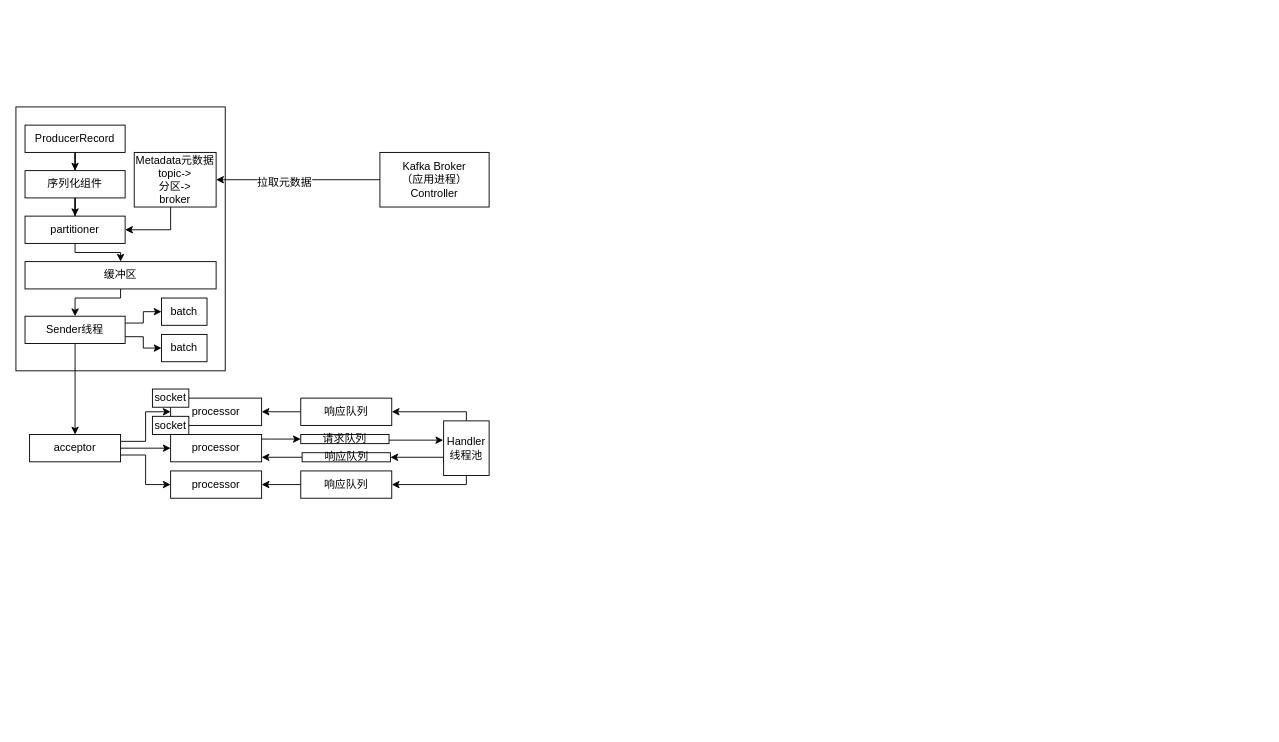
Earlier version of the draw.io diagram Kafka/01_Kafka原理.drawio (chenshuai1995/a-imgs). Source tidied: cells renumbered, new cells numbered last; positions are measured from the earlier drawing's top-left corner, leaving out a move shared by most shapes. Both pictures are drawn from the tidied source at 91%, with x=0, y=0 at pixel (15, 106).
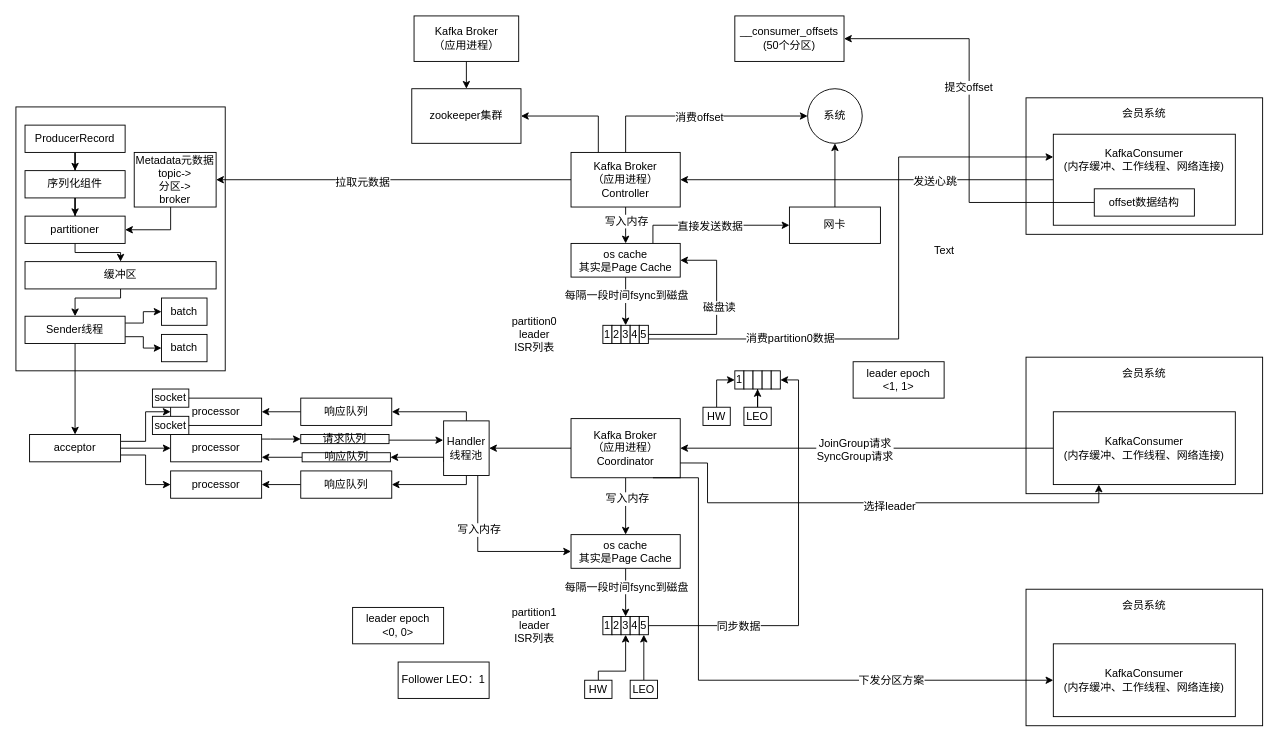
The same diagram, later.

Unchanged cells that the change refers to:
```xml
<mxCell id="37" value="Handler线程池" style="rounded=0;whiteSpace=wrap;html=1;" parent="1" vertex="1">
  <mxGeometry x="470" y="345" width="50" height="60" as="geometry" />
</mxCell>
```

The edit, as a diff of the source:
```diff
@@
+    <mxCell id="44" style="edgeStyle=orthogonalEdgeStyle;rounded=0;jettySize=auto;html=1;entryX=0.5;entryY=0;entryDx=0;entryDy=0;" parent="1" edge="1" source="21" target="73">
+      <mxGeometry relative="1" as="geometry" />
+    </mxCell>
+    <mxCell id="45" value="写入内存" style="text;html=1;align=center;verticalAlign=middle;labelBackgroundColor=#ffffff;" parent="44" vertex="1">
+      <mxGeometry x="-0.24" relative="1" as="geometry" />
+    </mxCell>
+    <mxCell id="46" style="edgeStyle=orthogonalEdgeStyle;rounded=0;jettySize=auto;html=1;exitX=0.25;exitY=0;exitDx=0;exitDy=0;entryX=1;entryY=0.5;entryDx=0;entryDy=0;" parent="1" edge="1" source="21" target="85">
+      <mxGeometry relative="1" as="geometry" />
+    </mxCell>
+    <mxCell id="47" style="edgeStyle=orthogonalEdgeStyle;rounded=0;jettySize=auto;html=1;entryX=0;entryY=0.5;entryDx=0;entryDy=0;" parent="1" edge="1" source="21" target="90">
+      <mxGeometry relative="1" as="geometry">
+        <Array as="points">
+          <mxPoint x="670" y="10" />
+        </Array>
+      </mxGeometry>
+    </mxCell>
+    <mxCell id="48" value="消费offset" style="text;html=1;align=center;verticalAlign=middle;labelBackgroundColor=#ffffff;" parent="47" vertex="1">
+      <mxGeometry y="-1" relative="1" as="geometry" />
+    </mxCell>
     <mxCell id="21" value="Kafka Broker&lt;br&gt;（应用进程）&lt;br&gt;Controller" style="rounded=0;whiteSpace=wrap;html=1;" parent="1" vertex="1">
-      <mxGeometry x="400" y="50" width="120" height="60" as="geometry" />
+      <mxGeometry x="610" y="50" width="120" height="60" as="geometry" />
     </mxCell>
@@
+    <mxCell id="49" style="edgeStyle=orthogonalEdgeStyle;rounded=0;jettySize=auto;html=1;exitX=0.75;exitY=1;exitDx=0;exitDy=0;entryX=0;entryY=0.5;entryDx=0;entryDy=0;" parent="1" edge="1" source="37" target="57">
+      <mxGeometry relative="1" as="geometry" />
+    </mxCell>
+    <mxCell id="50" value="写入内存" style="text;html=1;align=center;verticalAlign=middle;labelBackgroundColor=#ffffff;" parent="49" vertex="1">
+      <mxGeometry x="-0.37" y="1" relative="1" as="geometry" />
+    </mxCell>
@@
+    <mxCell id="51" style="edgeStyle=orthogonalEdgeStyle;rounded=0;jettySize=auto;html=1;entryX=1;entryY=0.5;entryDx=0;entryDy=0;" parent="1" edge="1" source="54" target="37">
+      <mxGeometry relative="1" as="geometry" />
+    </mxCell>
+    <mxCell id="52" style="edgeStyle=orthogonalEdgeStyle;rounded=0;jettySize=auto;html=1;entryX=0.5;entryY=0;entryDx=0;entryDy=0;" parent="1" edge="1" source="54" target="57">
+      <mxGeometry relative="1" as="geometry" />
+    </mxCell>
+    <mxCell id="53" value="写入内存" style="text;html=1;align=center;verticalAlign=middle;labelBackgroundColor=#ffffff;" parent="52" vertex="1">
+      <mxGeometry x="-0.25" y="1" relative="1" as="geometry" />
+    </mxCell>
+    <mxCell id="54" value="Kafka Broker&lt;br&gt;（应用进程）&lt;br&gt;Coordinator" style="rounded=0;whiteSpace=wrap;html=1;" parent="1" vertex="1">
+      <mxGeometry x="610" y="342.5" width="120" height="65" as="geometry" />
+    </mxCell>
+    <mxCell id="55" style="edgeStyle=orthogonalEdgeStyle;rounded=0;jettySize=auto;html=1;entryX=0.5;entryY=0;entryDx=0;entryDy=0;" parent="1" edge="1" source="57" target="60">
+      <mxGeometry relative="1" as="geometry" />
+    </mxCell>
+    <mxCell id="56" value="每隔一段时间fsync到磁盘" style="text;html=1;align=center;verticalAlign=middle;labelBackgroundColor=#ffffff;" parent="55" vertex="1">
+      <mxGeometry x="-0.23" relative="1" as="geometry" />
+    </mxCell>
+    <mxCell id="57" value="os cache&lt;br&gt;其实是Page Cache" style="rounded=0;whiteSpace=wrap;html=1;" parent="1" vertex="1">
+      <mxGeometry x="610" y="470" width="120" height="37" as="geometry" />
+    </mxCell>
+    <mxCell id="58" value="1" style="rounded=0;whiteSpace=wrap;html=1;" parent="1" vertex="1">
+      <mxGeometry x="645" y="560" width="10" height="20" as="geometry" />
+    </mxCell>
+    <mxCell id="59" value="2" style="rounded=0;whiteSpace=wrap;html=1;" parent="1" vertex="1">
+      <mxGeometry x="655" y="560" width="10" height="20" as="geometry" />
+    </mxCell>
+    <mxCell id="60" value="3" style="rounded=0;whiteSpace=wrap;html=1;" parent="1" vertex="1">
+      <mxGeometry x="665" y="560" width="10" height="20" as="geometry" />
+    </mxCell>
+    <mxCell id="61" value="4" style="rounded=0;whiteSpace=wrap;html=1;" parent="1" vertex="1">
+      <mxGeometry x="675" y="560" width="10" height="20" as="geometry" />
+    </mxCell>
+    <mxCell id="62" style="edgeStyle=orthogonalEdgeStyle;rounded=0;jettySize=auto;html=1;exitX=1;exitY=0.75;exitDx=0;exitDy=0;entryX=1;entryY=0.5;entryDx=0;entryDy=0;" parent="1" edge="1" source="64" target="116">
+      <mxGeometry relative="1" as="geometry">
+        <Array as="points">
+          <mxPoint x="695" y="570" />
+          <mxPoint x="860" y="570" />
+          <mxPoint x="860" y="300" />
+        </Array>
+      </mxGeometry>
+    </mxCell>
+    <mxCell id="63" value="同步数据" style="text;html=1;align=center;verticalAlign=middle;labelBackgroundColor=#ffffff;" parent="62" vertex="1">
+      <mxGeometry x="-0.55" relative="1" as="geometry" />
+    </mxCell>
+    <mxCell id="64" value="5" style="rounded=0;whiteSpace=wrap;html=1;" parent="1" vertex="1">
+      <mxGeometry x="685" y="560" width="10" height="20" as="geometry" />
+    </mxCell>
+    <mxCell id="65" style="edgeStyle=orthogonalEdgeStyle;rounded=0;jettySize=auto;html=1;entryX=0.5;entryY=1;entryDx=0;entryDy=0;" parent="1" edge="1" source="66" target="60">
+      <mxGeometry relative="1" as="geometry">
+        <Array as="points">
+          <mxPoint x="640" y="620" />
+          <mxPoint x="670" y="620" />
+        </Array>
+      </mxGeometry>
+    </mxCell>
+    <mxCell id="66" value="HW" style="rounded=0;whiteSpace=wrap;html=1;" parent="1" vertex="1">
+      <mxGeometry x="625" y="630" width="30" height="20" as="geometry" />
+    </mxCell>
+    <mxCell id="67" style="edgeStyle=orthogonalEdgeStyle;rounded=0;jettySize=auto;html=1;entryX=0.5;entryY=1;entryDx=0;entryDy=0;" parent="1" edge="1" source="68" target="64">
+      <mxGeometry relative="1" as="geometry" />
+    </mxCell>
+    <mxCell id="68" value="LEO" style="rounded=0;whiteSpace=wrap;html=1;" parent="1" vertex="1">
+      <mxGeometry x="675" y="630" width="30" height="20" as="geometry" />
+    </mxCell>
+    <mxCell id="69" style="edgeStyle=orthogonalEdgeStyle;rounded=0;jettySize=auto;html=1;entryX=0.5;entryY=0;entryDx=0;entryDy=0;" parent="1" edge="1" source="73" target="76">
+      <mxGeometry relative="1" as="geometry" />
+    </mxCell>
+    <mxCell id="70" value="每隔一段时间fsync到磁盘" style="text;html=1;align=center;verticalAlign=middle;labelBackgroundColor=#ffffff;" parent="69" vertex="1">
+      <mxGeometry x="-0.23" relative="1" as="geometry" />
+    </mxCell>
+    <mxCell id="71" style="edgeStyle=orthogonalEdgeStyle;rounded=0;jettySize=auto;html=1;exitX=0.75;exitY=0;exitDx=0;exitDy=0;entryX=0;entryY=0.5;entryDx=0;entryDy=0;" parent="1" edge="1" source="73" target="89">
+      <mxGeometry relative="1" as="geometry" />
+    </mxCell>
+    <mxCell id="72" value="直接发送数据" style="text;html=1;align=center;verticalAlign=middle;labelBackgroundColor=#ffffff;" parent="71" vertex="1">
+      <mxGeometry x="-0.03" y="-1" relative="1" as="geometry" />
+    </mxCell>
+    <mxCell id="73" value="os cache&lt;br&gt;其实是Page Cache" style="rounded=0;whiteSpace=wrap;html=1;" parent="1" vertex="1">
+      <mxGeometry x="610" y="150" width="120" height="37" as="geometry" />
+    </mxCell>
+    <mxCell id="74" value="1" style="rounded=0;whiteSpace=wrap;html=1;" parent="1" vertex="1">
+      <mxGeometry x="645" y="240" width="10" height="20" as="geometry" />
+    </mxCell>
+    <mxCell id="75" value="2" style="rounded=0;whiteSpace=wrap;html=1;" parent="1" vertex="1">
+      <mxGeometry x="655" y="240" width="10" height="20" as="geometry" />
+    </mxCell>
+    <mxCell id="76" value="3" style="rounded=0;whiteSpace=wrap;html=1;" parent="1" vertex="1">
+      <mxGeometry x="665" y="240" width="10" height="20" as="geometry" />
+    </mxCell>
+    <mxCell id="77" value="4" style="rounded=0;whiteSpace=wrap;html=1;" parent="1" vertex="1">
+      <mxGeometry x="675" y="240" width="10" height="20" as="geometry" />
+    </mxCell>
+    <mxCell id="78" style="edgeStyle=orthogonalEdgeStyle;rounded=0;jettySize=auto;html=1;entryX=1;entryY=0.5;entryDx=0;entryDy=0;" parent="1" edge="1" source="80" target="73">
+      <mxGeometry relative="1" as="geometry">
+        <Array as="points">
+          <mxPoint x="770" y="250" />
+          <mxPoint x="770" y="169" />
+        </Array>
+      </mxGeometry>
+    </mxCell>
+    <mxCell id="79" value="磁盘读" style="text;html=1;align=center;verticalAlign=middle;labelBackgroundColor=#ffffff;" parent="78" vertex="1">
+      <mxGeometry x="-0.24" y="30" relative="1" as="geometry">
+        <mxPoint x="32" y="-30" as="offset" />
+      </mxGeometry>
+    </mxCell>
+    <mxCell id="80" value="5" style="rounded=0;whiteSpace=wrap;html=1;" parent="1" vertex="1">
+      <mxGeometry x="685" y="240" width="10" height="20" as="geometry" />
+    </mxCell>
+    <mxCell id="81" value="partition0&lt;br&gt;leader&lt;br&gt;ISR列表" style="text;html=1;strokeColor=none;fillColor=none;align=center;verticalAlign=middle;whiteSpace=wrap;rounded=0;" parent="1" vertex="1">
+      <mxGeometry x="520" y="225" width="100" height="50" as="geometry" />
+    </mxCell>
+    <mxCell id="82" value="partition1&lt;br&gt;leader&lt;br&gt;ISR列表" style="text;html=1;strokeColor=none;fillColor=none;align=center;verticalAlign=middle;whiteSpace=wrap;rounded=0;" parent="1" vertex="1">
+      <mxGeometry x="520" y="545" width="100" height="50" as="geometry" />
+    </mxCell>
+    <mxCell id="83" value="leader epoch&lt;br&gt;&amp;lt;0, 0&amp;gt;" style="rounded=0;whiteSpace=wrap;html=1;" parent="1" vertex="1">
+      <mxGeometry x="370" y="550" width="100" height="40" as="geometry" />
+    </mxCell>
+    <mxCell id="84" value="Follower LEO：1" style="rounded=0;whiteSpace=wrap;html=1;" parent="1" vertex="1">
+      <mxGeometry x="420" y="610" width="100" height="40" as="geometry" />
+    </mxCell>
+    <mxCell id="85" value="zookeeper集群" style="rounded=0;whiteSpace=wrap;html=1;" parent="1" vertex="1">
+      <mxGeometry x="435" y="-20" width="120" height="60" as="geometry" />
+    </mxCell>
+    <mxCell id="86" style="edgeStyle=orthogonalEdgeStyle;rounded=0;jettySize=auto;html=1;exitX=0.5;exitY=1;exitDx=0;exitDy=0;entryX=0.5;entryY=0;entryDx=0;entryDy=0;" parent="1" edge="1" source="87" target="85">
+      <mxGeometry relative="1" as="geometry" />
+    </mxCell>
+    <mxCell id="87" value="Kafka Broker&lt;br&gt;（应用进程）&lt;br&gt;" style="rounded=0;whiteSpace=wrap;html=1;" parent="1" vertex="1">
+      <mxGeometry x="437.5" y="-100" width="115" height="50" as="geometry" />
+    </mxCell>
+    <mxCell id="88" style="edgeStyle=orthogonalEdgeStyle;rounded=0;jettySize=auto;html=1;entryX=0.5;entryY=1;entryDx=0;entryDy=0;" parent="1" edge="1" source="89" target="90">
+      <mxGeometry relative="1" as="geometry" />
+    </mxCell>
+    <mxCell id="89" value="网卡" style="rounded=0;whiteSpace=wrap;html=1;" parent="1" vertex="1">
+      <mxGeometry x="850" y="110" width="100" height="40" as="geometry" />
+    </mxCell>
+    <mxCell id="90" value="系统" style="ellipse;whiteSpace=wrap;html=1;" parent="1" vertex="1">
+      <mxGeometry x="870" y="-20" width="60" height="60" as="geometry" />
+    </mxCell>
+    <mxCell id="91" value="会员系统&lt;br&gt;&lt;br&gt;&lt;br&gt;&lt;br&gt;&lt;br&gt;&lt;br&gt;&lt;br&gt;&lt;br&gt;&lt;br&gt;" style="rounded=0;whiteSpace=wrap;html=1;" parent="1" vertex="1">
+      <mxGeometry x="1110" y="-10" width="260" height="150" as="geometry" />
+    </mxCell>
+    <mxCell id="92" style="edgeStyle=orthogonalEdgeStyle;rounded=0;jettySize=auto;html=1;exitX=0;exitY=0.5;exitDx=0;exitDy=0;entryX=1;entryY=0.5;entryDx=0;entryDy=0;" parent="1" edge="1" source="94" target="21">
+      <mxGeometry relative="1" as="geometry" />
+    </mxCell>
+    <mxCell id="93" value="发送心跳" style="text;html=1;align=center;verticalAlign=middle;labelBackgroundColor=#ffffff;" parent="92" vertex="1">
+      <mxGeometry x="-0.36" y="1" relative="1" as="geometry" />
+    </mxCell>
+    <mxCell id="94" value="KafkaConsumer&lt;br&gt;(内存缓冲、工作线程、网络连接)&lt;br&gt;&lt;br&gt;&lt;br&gt;&lt;br&gt;" style="rounded=0;whiteSpace=wrap;html=1;" parent="1" vertex="1">
+      <mxGeometry x="1140" y="30" width="200" height="100" as="geometry" />
+    </mxCell>
+    <mxCell id="95" style="edgeStyle=orthogonalEdgeStyle;rounded=0;jettySize=auto;html=1;entryX=1;entryY=0.5;entryDx=0;entryDy=0;" parent="1" edge="1" source="97" target="98">
+      <mxGeometry relative="1" as="geometry" />
+    </mxCell>
+    <mxCell id="96" value="提交offset" style="text;html=1;align=center;verticalAlign=middle;labelBackgroundColor=#ffffff;" parent="95" vertex="1">
+      <mxGeometry x="0.16" y="1" relative="1" as="geometry" />
+    </mxCell>
+    <mxCell id="97" value="offset数据结构" style="rounded=0;whiteSpace=wrap;html=1;" parent="1" vertex="1">
+      <mxGeometry x="1185" y="90" width="110" height="30" as="geometry" />
+    </mxCell>
+    <mxCell id="98" value="__consumer_offsets&lt;br&gt;(50个分区)" style="rounded=0;whiteSpace=wrap;html=1;" parent="1" vertex="1">
+      <mxGeometry x="790" y="-100" width="120" height="50" as="geometry" />
+    </mxCell>
+    <mxCell id="99" style="edgeStyle=orthogonalEdgeStyle;rounded=0;jettySize=auto;html=1;exitX=1;exitY=0.75;exitDx=0;exitDy=0;entryX=0;entryY=0.25;entryDx=0;entryDy=0;" parent="1" edge="1" source="80" target="94">
+      <mxGeometry relative="1" as="geometry">
+        <Array as="points">
+          <mxPoint x="970" y="255" />
+          <mxPoint x="970" y="55" />
+        </Array>
+      </mxGeometry>
+    </mxCell>
+    <mxCell id="100" value="Text" style="text;html=1;align=center;verticalAlign=middle;labelBackgroundColor=#ffffff;" parent="99" vertex="1">
+      <mxGeometry x="-0.15" y="49" relative="1" as="geometry">
+        <mxPoint x="50" y="-49" as="offset" />
+      </mxGeometry>
+    </mxCell>
+    <mxCell id="101" value="消费partition0数据" style="text;html=1;align=center;verticalAlign=middle;labelBackgroundColor=#ffffff;" parent="99" vertex="1">
+      <mxGeometry x="-0.52" y="1" relative="1" as="geometry" />
+    </mxCell>
+    <mxCell id="102" value="会员系统&lt;br&gt;&lt;br&gt;&lt;br&gt;&lt;br&gt;&lt;br&gt;&lt;br&gt;&lt;br&gt;&lt;br&gt;&lt;br&gt;" style="rounded=0;whiteSpace=wrap;html=1;" parent="1" vertex="1">
+      <mxGeometry x="1110" y="275" width="260" height="150" as="geometry" />
+    </mxCell>
+    <mxCell id="103" style="edgeStyle=orthogonalEdgeStyle;rounded=0;jettySize=auto;html=1;exitX=0;exitY=0.5;exitDx=0;exitDy=0;entryX=1;entryY=0.5;entryDx=0;entryDy=0;" parent="1" edge="1" source="105" target="54">
+      <mxGeometry relative="1" as="geometry" />
+    </mxCell>
+    <mxCell id="104" value="JoinGroup请求&lt;br&gt;SyncGroup请求" style="text;html=1;align=center;verticalAlign=middle;labelBackgroundColor=#ffffff;" parent="103" vertex="1">
+      <mxGeometry x="0.07" y="1" relative="1" as="geometry" />
+    </mxCell>
+    <mxCell id="105" value="KafkaConsumer&lt;br&gt;(内存缓冲、工作线程、网络连接)" style="rounded=0;whiteSpace=wrap;html=1;" parent="1" vertex="1">
+      <mxGeometry x="1140" y="335" width="200" height="80" as="geometry" />
+    </mxCell>
+    <mxCell id="106" style="edgeStyle=orthogonalEdgeStyle;rounded=0;jettySize=auto;html=1;exitX=1;exitY=0.75;exitDx=0;exitDy=0;entryX=0.25;entryY=1;entryDx=0;entryDy=0;" parent="1" edge="1" source="54" target="105">
+      <mxGeometry relative="1" as="geometry">
+        <Array as="points">
+          <mxPoint x="760" y="391" />
+          <mxPoint x="760" y="435" />
+          <mxPoint x="1190" y="435" />
+        </Array>
+      </mxGeometry>
+    </mxCell>
+    <mxCell id="107" value="选择leader" style="text;html=1;align=center;verticalAlign=middle;labelBackgroundColor=#ffffff;" parent="106" vertex="1">
+      <mxGeometry x="0.04" y="-3" relative="1" as="geometry">
+        <mxPoint x="1" as="offset" />
+      </mxGeometry>
+    </mxCell>
+    <mxCell id="108" value="会员系统&lt;br&gt;&lt;br&gt;&lt;br&gt;&lt;br&gt;&lt;br&gt;&lt;br&gt;&lt;br&gt;&lt;br&gt;&lt;br&gt;" style="rounded=0;whiteSpace=wrap;html=1;" parent="1" vertex="1">
+      <mxGeometry x="1110" y="530" width="260" height="150" as="geometry" />
+    </mxCell>
+    <mxCell id="109" value="KafkaConsumer&lt;br&gt;(内存缓冲、工作线程、网络连接)" style="rounded=0;whiteSpace=wrap;html=1;" parent="1" vertex="1">
+      <mxGeometry x="1140" y="590" width="200" height="80" as="geometry" />
+    </mxCell>
+    <mxCell id="110" style="edgeStyle=orthogonalEdgeStyle;rounded=0;jettySize=auto;html=1;exitX=0.75;exitY=1;exitDx=0;exitDy=0;entryX=0;entryY=0.5;entryDx=0;entryDy=0;" parent="1" edge="1" source="54" target="109">
+      <mxGeometry relative="1" as="geometry">
+        <Array as="points">
+          <mxPoint x="750" y="407" />
+          <mxPoint x="750" y="630" />
+        </Array>
+      </mxGeometry>
+    </mxCell>
+    <mxCell id="111" value="下发分区方案" style="text;html=1;align=center;verticalAlign=middle;labelBackgroundColor=#ffffff;" parent="110" vertex="1">
+      <mxGeometry x="0.18" y="-2" relative="1" as="geometry">
+        <mxPoint x="93.2" y="-2" as="offset" />
+      </mxGeometry>
+    </mxCell>
+    <mxCell id="112" value="1" style="rounded=0;whiteSpace=wrap;html=1;" parent="1" vertex="1">
+      <mxGeometry x="790" y="290" width="10" height="20" as="geometry" />
+    </mxCell>
+    <mxCell id="113" style="rounded=0;whiteSpace=wrap;html=1;" parent="1" vertex="1">
+      <mxGeometry x="800" y="290" width="10" height="20" as="geometry" />
+    </mxCell>
+    <mxCell id="114" style="rounded=0;whiteSpace=wrap;html=1;" parent="1" vertex="1">
+      <mxGeometry x="810" y="290" width="10" height="20" as="geometry" />
+    </mxCell>
+    <mxCell id="115" style="rounded=0;whiteSpace=wrap;html=1;" parent="1" vertex="1">
+      <mxGeometry x="820" y="290" width="10" height="20" as="geometry" />
+    </mxCell>
+    <mxCell id="116" style="rounded=0;whiteSpace=wrap;html=1;" parent="1" vertex="1">
+      <mxGeometry x="830" y="290" width="10" height="20" as="geometry" />
+    </mxCell>
+    <mxCell id="117" style="edgeStyle=orthogonalEdgeStyle;rounded=0;jettySize=auto;html=1;entryX=0;entryY=0.5;entryDx=0;entryDy=0;" parent="1" edge="1" source="118" target="112">
+      <mxGeometry relative="1" as="geometry">
+        <Array as="points">
+          <mxPoint x="770" y="300" />
+        </Array>
+      </mxGeometry>
+    </mxCell>
+    <mxCell id="118" value="HW" style="rounded=0;whiteSpace=wrap;html=1;" parent="1" vertex="1">
+      <mxGeometry x="755" y="330" width="30" height="20" as="geometry" />
+    </mxCell>
+    <mxCell id="119" style="edgeStyle=orthogonalEdgeStyle;rounded=0;jettySize=auto;html=1;entryX=0.5;entryY=1;entryDx=0;entryDy=0;" parent="1" edge="1" source="120" target="114">
+      <mxGeometry relative="1" as="geometry" />
+    </mxCell>
+    <mxCell id="120" value="LEO" style="rounded=0;whiteSpace=wrap;html=1;" parent="1" vertex="1">
+      <mxGeometry x="800" y="330" width="30" height="20" as="geometry" />
+    </mxCell>
+    <mxCell id="121" value="leader epoch&lt;br&gt;&amp;lt;1, 1&amp;gt;" style="rounded=0;whiteSpace=wrap;html=1;" parent="1" vertex="1">
+      <mxGeometry x="920" y="280" width="100" height="40" as="geometry" />
+    </mxCell>
```
